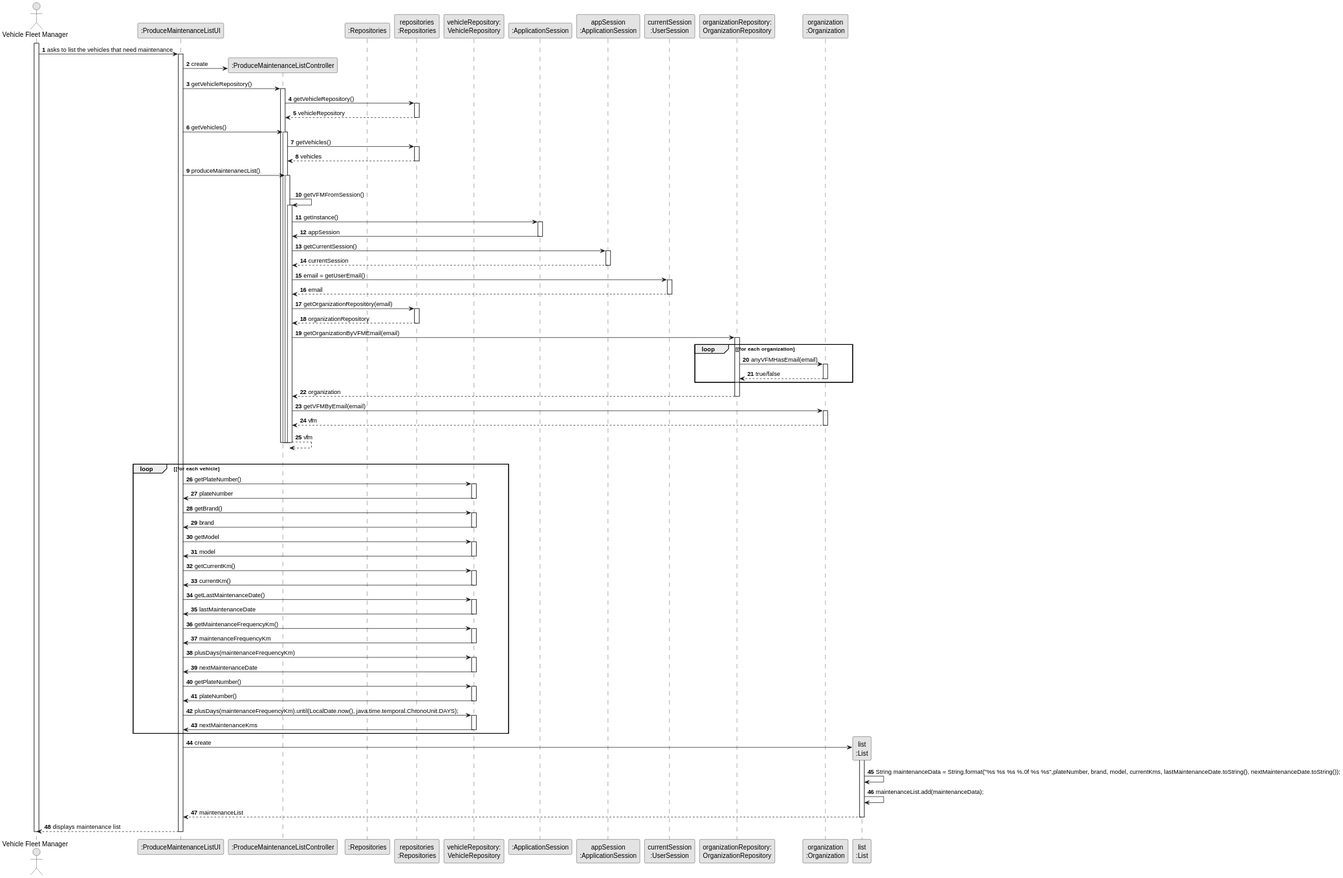
Earlier version of the PlantUML export docs/sprint3/us008/03.design/svg/us008-sequence-diagram-full.svg (tiagosoa/lei-24-s2-1dgh-g073). Its diagram source:
```plantuml
@startuml
skinparam monochrome true
skinparam packageStyle rectangle
skinparam shadowing false

autonumber

actor "Vehicle Fleet Manager" as ADM
participant ":ProduceMaintenanceListUI" as UI
participant ":ProduceMaintenanceListController" as CTRL
participant ":Repositories" as RepositorySingleton
participant "repositories\n:Repositories" as PLAT
participant "vehicleRepository:\nVehicleRepository" as VR
participant ":ApplicationSession" as _APP
participant "appSession\n:ApplicationSession" as APP
participant "currentSession\n:UserSession" as SESSAO
participant "organizationRepository:\nOrganizationRepository" as OrganizationRepository
participant "organization\n:Organization" as ORG
participant "list\n:List" as LISTA

activate ADM

        ADM -> UI : asks to list the vehicles that need maintenance

        activate UI

            UI -> CTRL** : create

            UI -> CTRL : getVehicleRepository()
            activate CTRL

                CTRL -> PLAT : getVehicleRepository()
                activate PLAT

                    PLAT --> CTRL: vehicleRepository
                deactivate PLAT

                UI -> CTRL : getVehicles()
                        activate CTRL

                            CTRL -> PLAT : getVehicles()
                            activate PLAT

                                PLAT --> CTRL: vehicles
                            deactivate PLAT



        UI -> CTRL : produceMaintenanecList()
        activate CTRL

            |||
            CTRL -> CTRL : getVFMFromSession()
            activate CTRL

                CTRL -> _APP: getInstance()
                activate _APP
                    _APP -> CTRL: appSession
                deactivate _APP


                CTRL -> APP: getCurrentSession()
                activate APP

                    APP --> CTRL: currentSession
                deactivate APP

                CTRL -> SESSAO: email = getUserEmail()
                activate SESSAO

                    SESSAO --> CTRL: email
                deactivate SESSAO


                CTRL -> PLAT: getOrganizationRepository(email)
                activate PLAT

                    PLAT --> CTRL: organizationRepository
                deactivate PLAT


                CTRL -> OrganizationRepository: getOrganizationByVFMEmail(email)
                activate OrganizationRepository

                    loop [for each organization
                        OrganizationRepository -> ORG : anyVFMHasEmail(email)
                        activate ORG

                             ORG --> OrganizationRepository : true/false
                        deactivate ORG
                    end
                    OrganizationRepository --> CTRL : organization
                deactivate OrganizationRepository

                CTRL -> ORG: getVFMByEmail(email)
                activate ORG

                    ORG --> CTRL : vfm
                deactivate ORG

                CTRL --> CTRL : vfm
            deactivate CTRL

            deactivate CTRL

            deactivate CTRL

            deactivate CTRL

            |||
            loop [for each vehicle
            UI -> VR: getPlateNumber()
            activate VR

            VR -> UI: plateNumber
            deactivate VR

            UI -> VR: getBrand()
                        activate VR

                        VR -> UI: brand
                        deactivate VR

            UI -> VR: getModel
                        activate VR

                        VR -> UI: model
                        deactivate VR


            UI -> VR: getCurrentKm()
                        activate VR

                        VR -> UI: currentKm()
                        deactivate VR

            UI -> VR: getLastMaintenanceDate()
                        activate VR

                        VR -> UI: lastMaintenanceDate
                        deactivate VR

            UI -> VR: getMaintenanceFrequencyKm()
                        activate VR

                        VR -> UI: maintenanceFrequencyKm
                        deactivate VR

            UI -> VR: plusDays(maintenanceFrequencyKm)
                        activate VR

                        VR -> UI: nextMaintenanceDate
                        deactivate VR

            UI -> VR: getPlateNumber()
                        activate VR

                        VR -> UI: plateNumber()
                        deactivate VR


            UI -> VR: plusDays(maintenanceFrequencyKm).until(LocalDate.now(), java.time.temporal.ChronoUnit.DAYS);
                        activate VR

                        VR -> UI: nextMaintenanceKms
                        deactivate VR

            end
            UI -> LISTA**: create

            activate LISTA
            LISTA -> LISTA: String maintenanceData = String.format("%s %s %s %.0f %s %s",plateNumber, brand, model, currentKms, lastMaintenanceDate.toString(), nextMaintenanceDate.toString());
            LISTA -> LISTA:                maintenanceList.add(maintenanceData);

                LISTA --> UI : maintenanceList

            deactivate LISTA

            UI --> ADM: displays maintenance list
    deactivate UI

deactivate ADM
@enduml
```
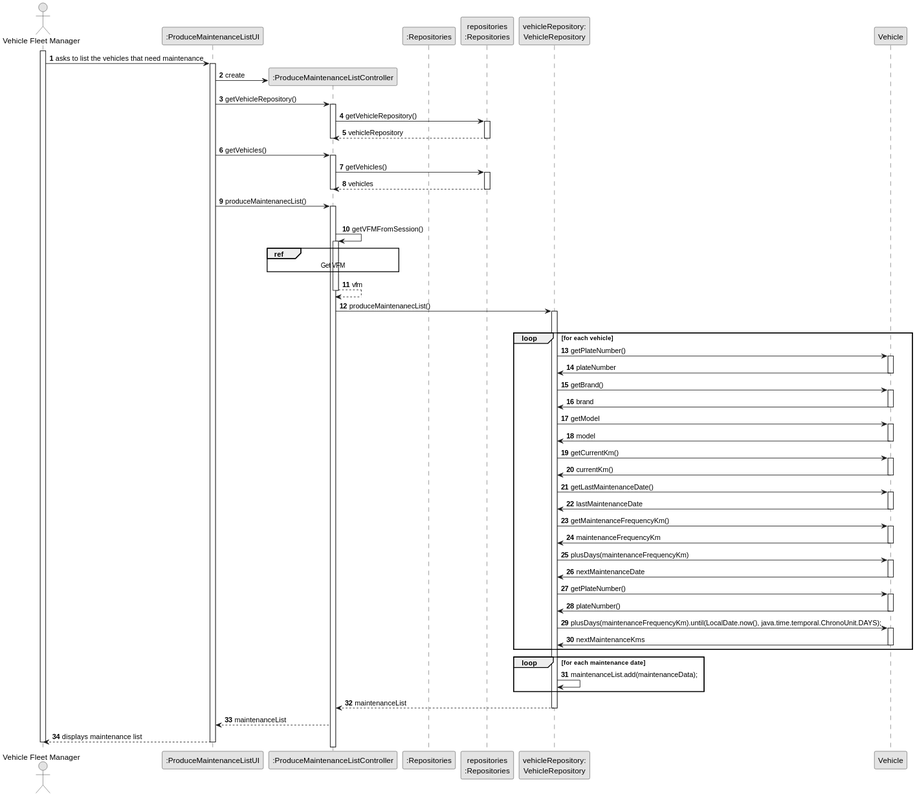
After the change.

What changed in the source:
```diff
@@ -11,12 +11,7 @@
 participant ":Repositories" as RepositorySingleton
 participant "repositories\n:Repositories" as PLAT
 participant "vehicleRepository:\nVehicleRepository" as VR
-participant ":ApplicationSession" as _APP
-participant "appSession\n:ApplicationSession" as APP
-participant "currentSession\n:UserSession" as SESSAO
-participant "organizationRepository:\nOrganizationRepository" as OrganizationRepository
-participant "organization\n:Organization" as ORG
-participant "list\n:List" as LISTA
+participant "Vehicle" as VEICULO
 
 activate ADM
 
@@ -34,6 +29,7 @@
 
                     PLAT --> CTRL: vehicleRepository
                 deactivate PLAT
+                deactivate CTRL
 
                 UI -> CTRL : getVehicles()
                         activate CTRL
@@ -43,6 +39,9 @@
 
                                 PLAT --> CTRL: vehicles
                             deactivate PLAT
+                            deactivate CTRL
+
+
 
 
 
@@ -53,128 +52,84 @@
             CTRL -> CTRL : getVFMFromSession()
             activate CTRL
 
-                CTRL -> _APP: getInstance()
-                activate _APP
-                    _APP -> CTRL: appSession
-                deactivate _APP
-
-
-                CTRL -> APP: getCurrentSession()
-                activate APP
-
-                    APP --> CTRL: currentSession
-                deactivate APP
-
-                CTRL -> SESSAO: email = getUserEmail()
-                activate SESSAO
-
-                    SESSAO --> CTRL: email
-                deactivate SESSAO
-
-
-                CTRL -> PLAT: getOrganizationRepository(email)
-                activate PLAT
-
-                    PLAT --> CTRL: organizationRepository
-                deactivate PLAT
-
-
-                CTRL -> OrganizationRepository: getOrganizationByVFMEmail(email)
-                activate OrganizationRepository
-
-                    loop [for each organization
-                        OrganizationRepository -> ORG : anyVFMHasEmail(email)
-                        activate ORG
-
-                             ORG --> OrganizationRepository : true/false
-                        deactivate ORG
-                    end
-                    OrganizationRepository --> CTRL : organization
-                deactivate OrganizationRepository
-
-                CTRL -> ORG: getVFMByEmail(email)
-                activate ORG
-
-                    ORG --> CTRL : vfm
-                deactivate ORG
+ref over CTRL
+Get VFM
+end
 
                 CTRL --> CTRL : vfm
             deactivate CTRL
 
-            deactivate CTRL
-
-            deactivate CTRL
-
-            deactivate CTRL
+            CTRL -> VR :  produceMaintenanecList()
+                                 activate VR
 
             |||
-            loop [for each vehicle
-            UI -> VR: getPlateNumber()
-            activate VR
+            loop for each vehicle
+            VR -> VEICULO: getPlateNumber()
+            activate VEICULO
 
-            VR -> UI: plateNumber
+            VEICULO -> VR: plateNumber
+            deactivate VEICULO
+
+            VR -> VEICULO: getBrand()
+                        activate VEICULO
+
+                        VEICULO -> VR: brand
+                        deactivate VEICULO
+
+            VR -> VEICULO: getModel
+                        activate VEICULO
+
+                        VEICULO -> VR: model
+                        deactivate VEICULO
+
+
+            VR -> VEICULO: getCurrentKm()
+                        activate VEICULO
+
+                        VEICULO -> VR: currentKm()
+                        deactivate VEICULO
+
+            VR -> VEICULO: getLastMaintenanceDate()
+                        activate VEICULO
+
+                        VEICULO -> VR: lastMaintenanceDate
+                        deactivate VEICULO
+
+            VR -> VEICULO: getMaintenanceFrequencyKm()
+                        activate VEICULO
+
+                        VEICULO -> VR: maintenanceFrequencyKm
+                        deactivate VEICULO
+
+           VR -> VEICULO: plusDays(maintenanceFrequencyKm)
+                        activate VEICULO
+
+                        VEICULO -> VR: nextMaintenanceDate
+                        deactivate VEICULO
+
+            VR -> VEICULO: getPlateNumber()
+                        activate VEICULO
+
+                        VEICULO -> VR: plateNumber()
+                        deactivate VEICULO
+
+
+            VR -> VEICULO: plusDays(maintenanceFrequencyKm).until(LocalDate.now(), java.time.temporal.ChronoUnit.DAYS);
+                        activate VEICULO
+
+                        VEICULO -> VR: nextMaintenanceKms
+                        deactivate VEICULO
+
+            end
+
+            loop for each maintenance date
+            VR -> VR:                maintenanceList.add(maintenanceData);
+            end
+                VR --> CTRL : maintenanceList
+
             deactivate VR
 
-            UI -> VR: getBrand()
-                        activate VR
-
-                        VR -> UI: brand
-                        deactivate VR
-
-            UI -> VR: getModel
-                        activate VR
-
-                        VR -> UI: model
-                        deactivate VR
-
-
-            UI -> VR: getCurrentKm()
-                        activate VR
-
-                        VR -> UI: currentKm()
-                        deactivate VR
-
-            UI -> VR: getLastMaintenanceDate()
-                        activate VR
-
-                        VR -> UI: lastMaintenanceDate
-                        deactivate VR
-
-            UI -> VR: getMaintenanceFrequencyKm()
-                        activate VR
-
-                        VR -> UI: maintenanceFrequencyKm
-                        deactivate VR
-
-            UI -> VR: plusDays(maintenanceFrequencyKm)
-                        activate VR
-
-                        VR -> UI: nextMaintenanceDate
-                        deactivate VR
-
-            UI -> VR: getPlateNumber()
-                        activate VR
-
-                        VR -> UI: plateNumber()
-                        deactivate VR
-
-
-            UI -> VR: plusDays(maintenanceFrequencyKm).until(LocalDate.now(), java.time.temporal.ChronoUnit.DAYS);
-                        activate VR
-
-                        VR -> UI: nextMaintenanceKms
-                        deactivate VR
-
-            end
-            UI -> LISTA**: create
-
-            activate LISTA
-            LISTA -> LISTA: String maintenanceData = String.format("%s %s %s %.0f %s %s",plateNumber, brand, model, currentKms, lastMaintenanceDate.toString(), nextMaintenanceDate.toString());
-            LISTA -> LISTA:                maintenanceList.add(maintenanceData);
-
-                LISTA --> UI : maintenanceList
-
-            deactivate LISTA
+            CTRL --> UI : maintenanceList
 
             UI --> ADM: displays maintenance list
     deactivate UI
```
